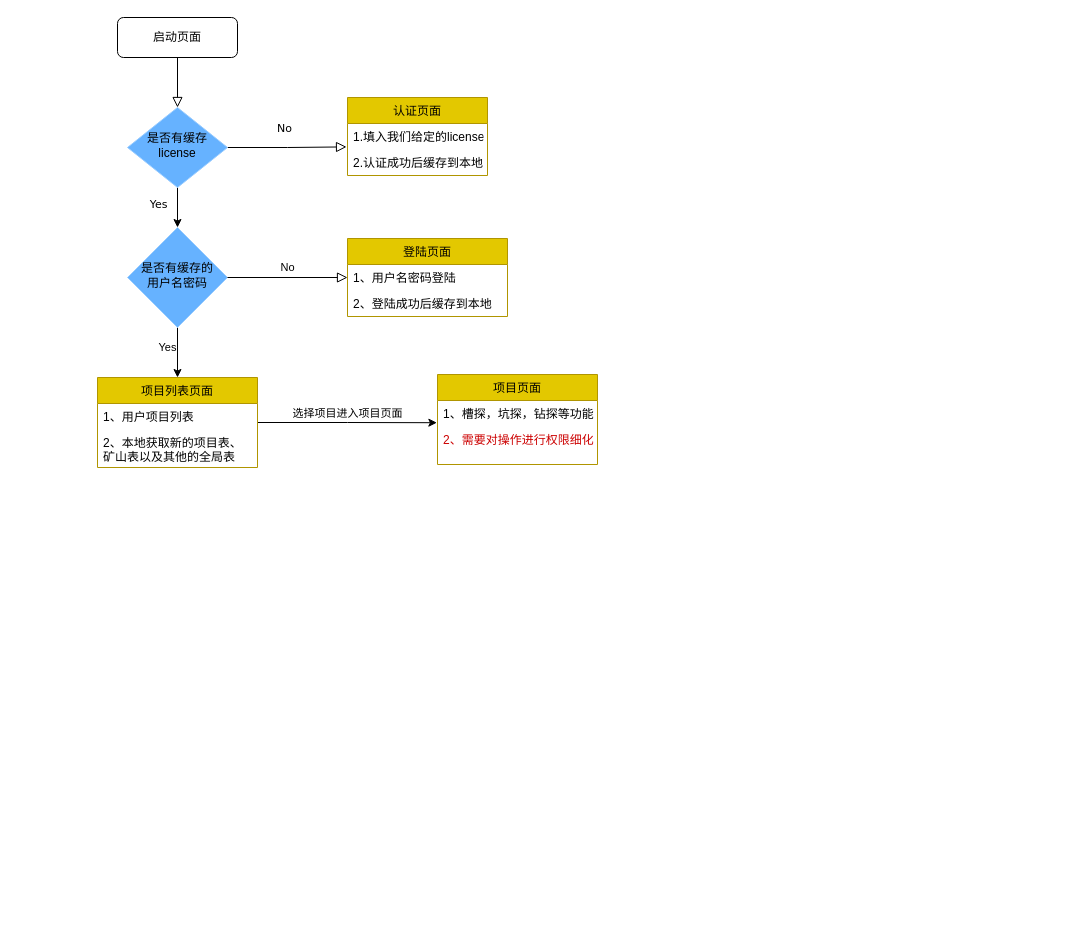
Earlier version of the draw.io diagram bee.drawio (shulidong/tools). Source tidied: cells renumbered, new cells numbered last; positions are measured from the earlier drawing's top-left corner, leaving out a move shared by most shapes. Both pictures are drawn from the tidied source at 100%, with x=0, y=0 at pixel (97, 17).
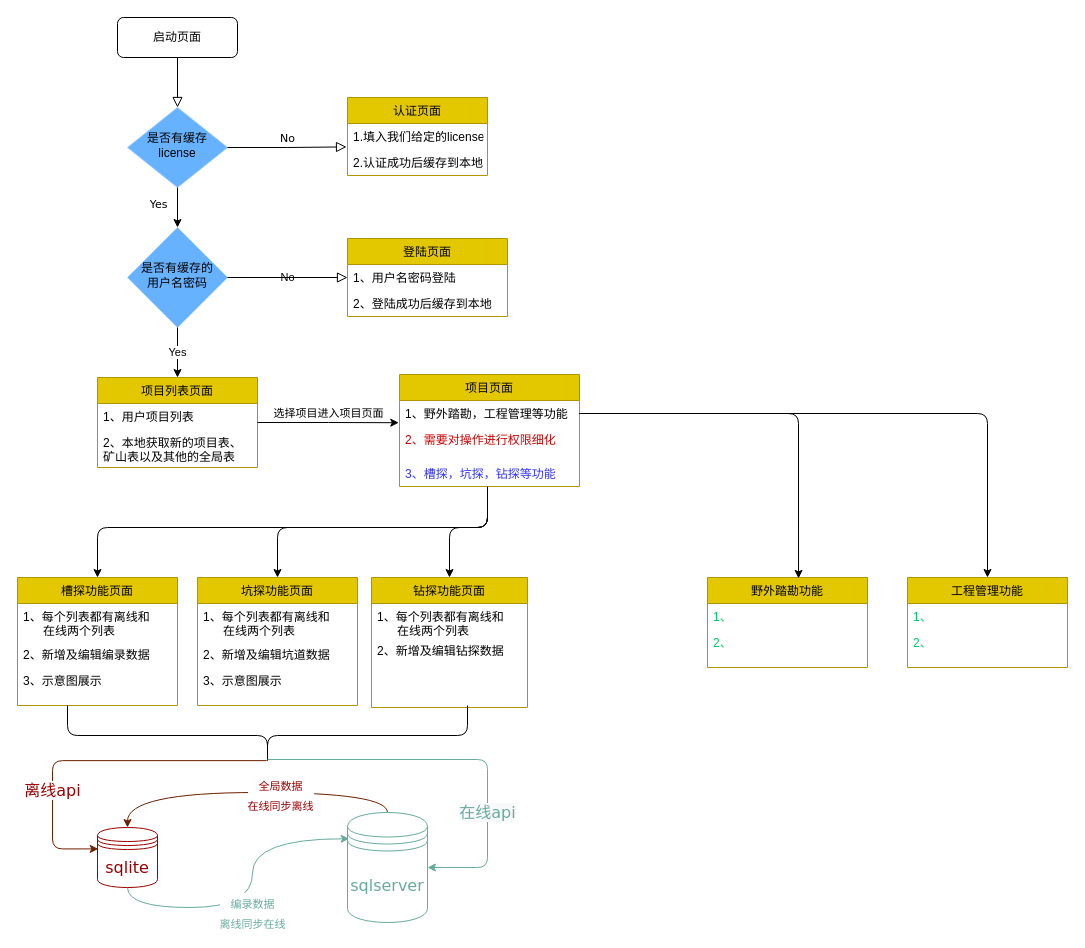
The same diagram, later.

The change refers to these unchanged cells:
```xml
<mxCell id="13" value="2.认证成功后缓存到本地" style="text;strokeColor=none;fillColor=none;align=left;verticalAlign=top;spacingLeft=4;spacingRight=4;overflow=hidden;points=[[0,0.5],[1,0.5]];portConstraint=eastwest;" parent="11" vertex="1">
  <mxGeometry y="52" width="140" height="26" as="geometry" />
</mxCell>
<mxCell id="15" value="1、用户名密码登陆" style="text;strokeColor=none;fillColor=none;align=left;verticalAlign=top;spacingLeft=4;spacingRight=4;overflow=hidden;points=[[0,0.5],[1,0.5]];portConstraint=eastwest;" parent="14" vertex="1">
  <mxGeometry y="26" width="160" height="26" as="geometry" />
</mxCell>
<mxCell id="18" value="项目列表页面" style="swimlane;fontStyle=0;horizontal=1;startSize=26;strokeColor=#B09500;fillColor=#e3c800;" parent="1" vertex="1">
  <mxGeometry y="360" width="160" height="90" as="geometry" />
</mxCell>
```

The edit, as a diff of the source:
```diff
@@
+    <mxCell id="3" value="启动页面" style="rounded=1;whiteSpace=wrap;html=1;fontSize=12;glass=0;strokeWidth=1;shadow=0;" parent="1" vertex="1">
+      <mxGeometry x="20" width="120" height="40" as="geometry" />
+    </mxCell>
+    <mxCell id="8" value="是否有缓存license" style="rhombus;whiteSpace=wrap;html=1;shadow=0;fontFamily=Helvetica;fontSize=12;align=center;strokeWidth=1;spacing=6;spacingTop=-4;strokeColor=#99CCFF;fillColor=#66B2FF;" parent="1" vertex="1">
+      <mxGeometry x="30" y="90" width="100" height="80" as="geometry" />
+    </mxCell>
     <mxCell id="2" style="rounded=0;html=1;jettySize=auto;fontSize=11;endArrow=block;endFill=0;endSize=8;strokeWidth=1;shadow=0;labelBackgroundColor=none;edgeStyle=orthogonalEdgeStyle;" parent="1" edge="1" source="3" target="8">
-      <mxGeometry relative="1" as="geometry" />
+      <mxGeometry x="140" y="80" as="geometry" />
     </mxCell>
-    <mxCell id="3" value="启动页面" style="rounded=1;whiteSpace=wrap;html=1;fontSize=12;glass=0;strokeWidth=1;shadow=0;" parent="1" vertex="1">
-      <mxGeometry x="20" width="120" height="40" as="geometry" />
-    </mxCell>
-    <mxCell id="4" value="No" style="edgeStyle=orthogonalEdgeStyle;rounded=0;html=1;jettySize=auto;fontSize=11;endArrow=block;endFill=0;endSize=8;strokeWidth=1;shadow=0;labelBackgroundColor=none;entryX=-0.007;entryY=-0.1;entryDx=0;entryDy=0;entryPerimeter=0;fontFamily=Verdana;verticalAlign=bottom;" parent="1" edge="1" source="8" target="13">
-      <mxGeometry x="-0.05" y="10" relative="1" as="geometry" />
-    </mxCell>
-    <mxCell id="5" value="Yes" style="edgeStyle=orthogonalEdgeStyle;rounded=0;jettySize=auto;html=1;entryX=0.5;entryY=0;entryDx=0;entryDy=0;entryPerimeter=0;" parent="1" edge="1" source="9" target="18">
-      <mxGeometry x="-0.2" y="-10" relative="1" as="geometry" />
-    </mxCell>
+    <mxCell id="9" value="是否有缓存的&lt;br&gt;用户名密码" style="rhombus;whiteSpace=wrap;html=1;shadow=0;fontFamily=Helvetica;fontSize=12;align=center;strokeWidth=1;spacing=6;spacingTop=-4;strokeColor=#99CCFF;fillColor=#66B2FF;" parent="1" vertex="1">
+      <mxGeometry x="30" y="210" width="100" height="100" as="geometry" />
+    </mxCell>
     <mxCell id="6" style="edgeStyle=orthogonalEdgeStyle;rounded=0;jettySize=auto;html=1;exitX=0.5;exitY=1;exitDx=0;exitDy=0;fontStyle=0;labelBorderColor=#000000;" parent="1" edge="1" source="8" target="9">
-      <mxGeometry relative="1" as="geometry" />
+      <mxGeometry x="140" y="80" as="geometry" />
     </mxCell>
@@
-    <mxCell id="8" value="是否有缓存license" style="rhombus;whiteSpace=wrap;html=1;shadow=0;fontFamily=Helvetica;fontSize=12;align=center;strokeWidth=1;spacing=6;spacingTop=-4;strokeColor=#99CCFF;fillColor=#66B2FF;" parent="1" vertex="1">
-      <mxGeometry x="30" y="90" width="100" height="80" as="geometry" />
-    </mxCell>
-    <mxCell id="9" value="是否有缓存的&lt;br&gt;用户名密码" style="rhombus;whiteSpace=wrap;html=1;shadow=0;fontFamily=Helvetica;fontSize=12;align=center;strokeWidth=1;spacing=6;spacingTop=-4;strokeColor=#99CCFF;fillColor=#66B2FF;" parent="1" vertex="1">
-      <mxGeometry x="30" y="210" width="100" height="100" as="geometry" />
-    </mxCell>
     <mxCell id="10" value="No" style="edgeStyle=orthogonalEdgeStyle;rounded=0;html=1;jettySize=auto;fontSize=11;endArrow=block;endFill=0;endSize=8;strokeWidth=1;shadow=0;labelBackgroundColor=none;entryX=0;entryY=0.5;entryDx=0;entryDy=0;" parent="1" edge="1" source="9" target="15">
-      <mxGeometry y="10" relative="1" as="geometry" />
+      <mxGeometry x="140" y="80" as="geometry" />
     </mxCell>
@@
+    <mxCell id="4" value="No" style="edgeStyle=orthogonalEdgeStyle;rounded=0;html=1;jettySize=auto;fontSize=11;endArrow=block;endFill=0;endSize=8;strokeWidth=1;shadow=0;labelBackgroundColor=none;entryX=-0.007;entryY=-0.1;entryDx=0;entryDy=0;entryPerimeter=0;fontFamily=Verdana;verticalAlign=bottom;" parent="1" edge="1" source="8" target="13">
+      <mxGeometry x="140" y="80" as="geometry" />
+    </mxCell>
@@
-    <mxCell id="17" value="选择项目进入项目页面" style="edgeStyle=orthogonalEdgeStyle;rounded=0;jettySize=auto;html=1;fontFamily=Verdana;verticalAlign=bottom;entryX=-0.004;entryY=0.854;entryDx=0;entryDy=0;entryPerimeter=0;" parent="1" edge="1" source="18" target="22">
-      <mxGeometry relative="1" as="geometry" />
-    </mxCell>
@@
+    <mxCell id="5" value="Yes" style="edgeStyle=orthogonalEdgeStyle;rounded=0;jettySize=auto;html=1;entryX=0.5;entryY=0;entryDx=0;entryDy=0;entryPerimeter=0;" parent="1" edge="1" source="9" target="18">
+      <mxGeometry x="140" y="80" as="geometry" />
+    </mxCell>
     <mxCell id="21" value="项目页面" style="swimlane;fontStyle=0;horizontal=1;startSize=26;strokeColor=#B09500;fillColor=#e3c800;" parent="1" vertex="1">
-      <mxGeometry x="340" y="357" width="160" height="90" as="geometry" />
+      <mxGeometry x="302" y="357" width="180" height="112" as="geometry" />
     </mxCell>
-    <mxCell id="22" value="1、槽探，坑探，钻探等功能" style="text;strokeColor=none;fillColor=none;align=left;verticalAlign=top;spacingLeft=4;spacingRight=4;overflow=hidden;points=[[0,0.5],[1,0.5]];portConstraint=eastwest;" parent="21" vertex="1">
-      <mxGeometry y="26" width="160" height="26" as="geometry" />
+    <mxCell id="22" value="1、野外踏勘，工程管理等功能" style="text;strokeColor=none;fillColor=none;align=left;verticalAlign=top;spacingLeft=4;spacingRight=4;overflow=hidden;points=[[0,0.5],[1,0.5]];portConstraint=eastwest;" parent="21" vertex="1">
+      <mxGeometry y="26" width="180" height="26" as="geometry" />
     </mxCell>
     <mxCell id="23" value="2、需要对操作进行权限细化" style="text;strokeColor=none;fillColor=none;align=left;verticalAlign=top;spacingLeft=4;spacingRight=4;overflow=hidden;fontColor=#CC0000;" parent="21" vertex="1">
-      <mxGeometry y="52" width="160" height="38" as="geometry" />
+      <mxGeometry y="52" width="180" height="34" as="geometry" />
     </mxCell>
+    <mxCell id="24" value="3、槽探，坑探，钻探等功能" style="text;strokeColor=none;fillColor=none;align=left;verticalAlign=top;spacingLeft=4;spacingRight=4;overflow=hidden;points=[[0,0.5],[1,0.5]];portConstraint=eastwest;fontColor=#3333FF;" parent="21" vertex="1">
+      <mxGeometry y="86" width="180" height="26" as="geometry" />
+    </mxCell>
+    <mxCell id="25" style="edgeStyle=elbowEdgeStyle;elbow=vertical;endArrow=classic;html=1;fontFamily=Verdana;fontColor=#3333FF;verticalAlign=bottom;" parent="21" edge="1" target="31">
+      <mxGeometry relative="1" as="geometry">
+        <mxPoint x="88" y="113" as="sourcePoint" />
+        <Array as="points">
+          <mxPoint x="-292" y="153" />
+          <mxPoint x="-92" y="153" />
+        </Array>
+      </mxGeometry>
+    </mxCell>
+    <mxCell id="26" style="edgeStyle=elbowEdgeStyle;elbow=vertical;endArrow=classic;html=1;fontFamily=Verdana;fontColor=#3333FF;verticalAlign=bottom;entryX=0.5;entryY=0;entryDx=0;entryDy=0;" parent="21" edge="1" target="35">
+      <mxGeometry relative="1" as="geometry">
+        <mxPoint x="88" y="113" as="sourcePoint" />
+        <Array as="points">
+          <mxPoint x="48" y="153" />
+          <mxPoint x="-292" y="153" />
+          <mxPoint x="-92" y="153" />
+        </Array>
+      </mxGeometry>
+    </mxCell>
+    <mxCell id="17" value="选择项目进入项目页面" style="edgeStyle=orthogonalEdgeStyle;rounded=0;jettySize=auto;html=1;fontFamily=Verdana;verticalAlign=bottom;entryX=-0.004;entryY=0.854;entryDx=0;entryDy=0;entryPerimeter=0;" parent="1" edge="1" source="18" target="22">
+      <mxGeometry x="140" y="80" as="geometry" />
+    </mxCell>
+    <mxCell id="27" value="槽探功能页面" style="swimlane;fontStyle=0;horizontal=1;startSize=26;strokeColor=#B09500;fillColor=#e3c800;" parent="1" vertex="1">
+      <mxGeometry x="-80" y="560" width="160" height="128" as="geometry" />
+    </mxCell>
+    <mxCell id="28" value="1、每个列表都有离线和&#10;      在线两个列表" style="text;strokeColor=none;fillColor=none;align=left;verticalAlign=top;spacingLeft=4;spacingRight=4;overflow=hidden;" parent="27" vertex="1">
+      <mxGeometry y="26" width="160" height="38" as="geometry" />
+    </mxCell>
+    <mxCell id="29" value="2、新增及编辑编录数据" style="text;strokeColor=none;fillColor=none;align=left;verticalAlign=top;spacingLeft=4;spacingRight=4;overflow=hidden;" parent="27" vertex="1">
+      <mxGeometry y="64" width="160" height="26" as="geometry" />
+    </mxCell>
+    <mxCell id="30" value="3、示意图展示&#10;" style="text;strokeColor=none;fillColor=none;align=left;verticalAlign=top;spacingLeft=4;spacingRight=4;overflow=hidden;" parent="27" vertex="1">
+      <mxGeometry y="90" width="160" height="38" as="geometry" />
+    </mxCell>
+    <mxCell id="31" value="坑探功能页面" style="swimlane;fontStyle=0;horizontal=1;startSize=26;strokeColor=#B09500;fillColor=#e3c800;" parent="1" vertex="1">
+      <mxGeometry x="100" y="560" width="160" height="128" as="geometry" />
+    </mxCell>
+    <mxCell id="32" value="1、每个列表都有离线和&#10;      在线两个列表" style="text;strokeColor=none;fillColor=none;align=left;verticalAlign=top;spacingLeft=4;spacingRight=4;overflow=hidden;" parent="31" vertex="1">
+      <mxGeometry y="26" width="160" height="38" as="geometry" />
+    </mxCell>
+    <mxCell id="33" value="2、新增及编辑坑道数据" style="text;strokeColor=none;fillColor=none;align=left;verticalAlign=top;spacingLeft=4;spacingRight=4;overflow=hidden;" parent="31" vertex="1">
+      <mxGeometry y="64" width="160" height="26" as="geometry" />
+    </mxCell>
+    <mxCell id="34" value="3、示意图展示" style="text;strokeColor=none;fillColor=none;align=left;verticalAlign=top;spacingLeft=4;spacingRight=4;overflow=hidden;" parent="31" vertex="1">
+      <mxGeometry y="90" width="160" height="38" as="geometry" />
+    </mxCell>
+    <mxCell id="35" value="钻探功能页面" style="swimlane;fontStyle=0;horizontal=1;startSize=26;strokeColor=#B09500;fillColor=#e3c800;" parent="1" vertex="1">
+      <mxGeometry x="274" y="560" width="156" height="130" as="geometry" />
+    </mxCell>
+    <mxCell id="36" value="1、每个列表都有离线和&#10;      在线两个列表" style="text;strokeColor=none;fillColor=none;align=left;verticalAlign=top;spacingLeft=4;spacingRight=4;overflow=hidden;" parent="35" vertex="1">
+      <mxGeometry y="26" width="156" height="34" as="geometry" />
+    </mxCell>
+    <mxCell id="37" value="2、新增及编辑钻探数据" style="text;strokeColor=none;fillColor=none;align=left;verticalAlign=top;spacingLeft=4;spacingRight=4;overflow=hidden;" parent="35" vertex="1">
+      <mxGeometry y="60" width="156" height="70" as="geometry" />
+    </mxCell>
+    <mxCell id="38" value="野外踏勘功能" style="swimlane;fontStyle=0;horizontal=1;startSize=26;strokeColor=#B09500;fillColor=#e3c800;" parent="1" vertex="1">
+      <mxGeometry x="610" y="560" width="160" height="90" as="geometry" />
+    </mxCell>
+    <mxCell id="39" value="1、" style="text;strokeColor=none;fillColor=none;align=left;verticalAlign=top;spacingLeft=4;spacingRight=4;overflow=hidden;fontColor=#00CC66;" parent="38" vertex="1">
+      <mxGeometry y="26" width="160" height="26" as="geometry" />
+    </mxCell>
+    <mxCell id="40" value="2、" style="text;strokeColor=none;fillColor=none;align=left;verticalAlign=top;spacingLeft=4;spacingRight=4;overflow=hidden;fontColor=#00CC66;" parent="38" vertex="1">
+      <mxGeometry y="52" width="160" height="38" as="geometry" />
+    </mxCell>
+    <mxCell id="41" value="工程管理功能" style="swimlane;fontStyle=0;horizontal=1;startSize=26;strokeColor=#B09500;fillColor=#e3c800;" parent="1" vertex="1">
+      <mxGeometry x="810" y="560" width="160" height="90" as="geometry" />
+    </mxCell>
+    <mxCell id="42" value="1、" style="text;strokeColor=none;fillColor=none;align=left;verticalAlign=top;spacingLeft=4;spacingRight=4;overflow=hidden;fontColor=#00CC66;" parent="41" vertex="1">
+      <mxGeometry y="26" width="160" height="26" as="geometry" />
+    </mxCell>
+    <mxCell id="43" value="2、" style="text;strokeColor=none;fillColor=none;align=left;verticalAlign=top;spacingLeft=4;spacingRight=4;overflow=hidden;fontColor=#00CC66;" parent="41" vertex="1">
+      <mxGeometry y="52" width="160" height="38" as="geometry" />
+    </mxCell>
+    <mxCell id="44" style="edgeStyle=elbowEdgeStyle;elbow=vertical;endArrow=classic;html=1;fontFamily=Verdana;fontColor=#3333FF;verticalAlign=bottom;entryX=0.5;entryY=0;entryDx=0;entryDy=0;" parent="1" edge="1" source="24" target="27">
+      <mxGeometry relative="1" as="geometry">
+        <Array as="points">
+          <mxPoint x="390" y="510" />
+          <mxPoint x="360" y="510" />
+          <mxPoint y="500" />
+          <mxPoint x="200" y="500" />
+        </Array>
+      </mxGeometry>
+    </mxCell>
+    <mxCell id="45" style="edgeStyle=segmentEdgeStyle;endArrow=classic;html=1;fontFamily=Verdana;fontColor=#CC0000;verticalAlign=bottom;entryX=0.569;entryY=0.01;entryDx=0;entryDy=0;entryPerimeter=0;" parent="1" edge="1" source="22" target="38">
+      <mxGeometry relative="1" as="geometry" />
+    </mxCell>
+    <mxCell id="46" style="edgeStyle=segmentEdgeStyle;endArrow=classic;html=1;fontFamily=Verdana;fontColor=#CC0000;verticalAlign=bottom;exitX=1;exitY=0.5;exitDx=0;exitDy=0;entryX=0.5;entryY=0;entryDx=0;entryDy=0;" parent="1" edge="1" source="22" target="41">
+      <mxGeometry relative="1" as="geometry" />
+    </mxCell>
+    <mxCell id="47" style="shape=curlyBracket;whiteSpace=wrap;html=1;rounded=1;fontFamily=Verdana;fontColor=#00CC66;fillColor=#FFFFFF;direction=north;" parent="1" vertex="1">
+      <mxGeometry x="-30" y="688" width="400" height="60" as="geometry" />
+    </mxCell>
+    <mxCell id="48" style="edgeStyle=elbowEdgeStyle;elbow=horizontal;endArrow=classic;html=1;fontFamily=Verdana;fontSize=16;fontColor=#990000;verticalAlign=bottom;fillColor=#a0522d;strokeColor=#6D1F00;exitX=0.081;exitY=0.498;exitDx=0;exitDy=0;exitPerimeter=0;entryX=0.013;entryY=0.357;entryDx=0;entryDy=0;entryPerimeter=0;" parent="1" edge="1" source="47" target="54">
+      <mxGeometry relative="1" as="geometry">
+        <Array as="points">
+          <mxPoint x="-45" y="746" />
+        </Array>
+      </mxGeometry>
+    </mxCell>
+    <mxCell id="49" value="离线api" style="edgeLabel;html=1;align=center;verticalAlign=middle;fontSize=16;fontFamily=Verdana;fontColor=#990000;" parent="48" vertex="1">
+      <mxGeometry x="0.4" y="-1" relative="1" as="geometry" />
+    </mxCell>
+    <mxCell id="50" style="edgeStyle=elbowEdgeStyle;elbow=horizontal;endArrow=classic;html=1;fontFamily=Verdana;fontSize=16;verticalAlign=bottom;fillColor=#6d8764;exitX=0.1;exitY=0.5;exitDx=0;exitDy=0;exitPerimeter=0;fontColor=#67AB9F;strokeColor=#67AB9F;entryX=1;entryY=0.5;entryDx=0;entryDy=0;" parent="1" edge="1" source="47" target="57">
+      <mxGeometry relative="1" as="geometry">
+        <Array as="points">
+          <mxPoint x="390" y="790" />
+        </Array>
+      </mxGeometry>
+    </mxCell>
+    <mxCell id="51" value="&lt;span style=&quot;background-color: rgb(248, 249, 250);&quot;&gt;在线api&lt;/span&gt;" style="edgeLabel;html=1;align=center;verticalAlign=middle;fontSize=16;fontFamily=Verdana;fontColor=#67AB9F;" parent="50" vertex="1">
+      <mxGeometry x="0.4" y="-1" relative="1" as="geometry" />
+    </mxCell>
+    <mxCell id="52" style="edgeStyle=orthogonalEdgeStyle;curved=1;rounded=0;jettySize=auto;html=1;exitX=0.5;exitY=1;exitDx=0;exitDy=0;entryX=0.022;entryY=0.239;entryDx=0;entryDy=0;fontFamily=Verdana;fontSize=16;verticalAlign=bottom;entryPerimeter=0;strokeColor=#67AB9F;fontColor=#67AB9F;" parent="1" edge="1" source="54" target="57">
+      <mxGeometry relative="1" as="geometry" />
+    </mxCell>
+    <mxCell id="53" value="&lt;span style=&quot;font-size: 11px; text-align: left;&quot;&gt;编录数据&lt;br&gt;离线同步在线&lt;/span&gt;" style="edgeLabel;html=1;align=center;verticalAlign=middle;fontSize=16;fontFamily=Verdana;fontColor=#67AB9F;" parent="52" vertex="1">
+      <mxGeometry x="-0.07" y="-4" relative="1" as="geometry" />
+    </mxCell>
+    <mxCell id="54" value="&lt;font color=&quot;#990000&quot;&gt;sqlite&lt;/font&gt;" style="shape=datastore;whiteSpace=wrap;html=1;fontFamily=Verdana;fontSize=16;fontColor=#67AB9F;fillColor=#FFFFFF;strokeColor=#990000;" parent="1" vertex="1">
+      <mxGeometry y="810" width="60" height="60" as="geometry" />
+    </mxCell>
+    <mxCell id="55" style="edgeStyle=orthogonalEdgeStyle;curved=1;rounded=0;jettySize=auto;html=1;exitX=0.5;exitY=0;exitDx=0;exitDy=0;entryX=0.5;entryY=0;entryDx=0;entryDy=0;fontFamily=Verdana;fontSize=16;fontColor=#67AB9F;verticalAlign=bottom;strokeColor=#6D1F00;fillColor=#a0522d;" parent="1" edge="1" source="57" target="54">
+      <mxGeometry relative="1" as="geometry" />
+    </mxCell>
+    <mxCell id="56" value="&lt;span style=&quot;font-size: 11px ; text-align: left&quot;&gt;&lt;font color=&quot;#990000&quot;&gt;全局数据&lt;br&gt;在线同步离线&lt;/font&gt;&lt;/span&gt;" style="edgeLabel;html=1;align=center;verticalAlign=middle;fontSize=16;fontFamily=Verdana;fontColor=#67AB9F;" parent="55" vertex="1">
+      <mxGeometry x="-0.19" y="1" relative="1" as="geometry" />
+    </mxCell>
+    <mxCell id="57" value="&lt;font&gt;sqlserver&lt;/font&gt;" style="shape=datastore;whiteSpace=wrap;html=1;fontFamily=Verdana;fontSize=16;fillColor=#FFFFFF;fontColor=#67AB9F;strokeColor=#67AB9F;" parent="1" vertex="1">
+      <mxGeometry x="250" y="795" width="80" height="110" as="geometry" />
+    </mxCell>
```
